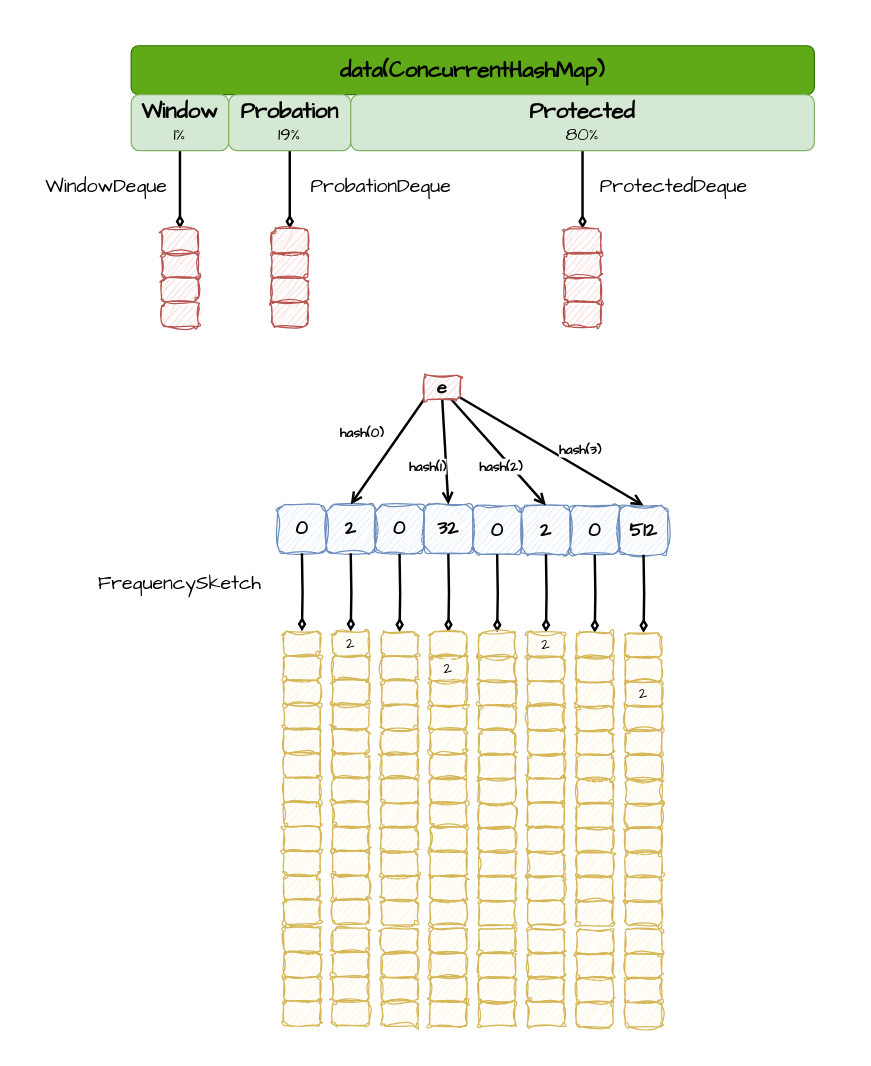
The draw.io diagram page "第 1 页" (1 of 2) of src/main/resources/coffeine/caffeine.drawio in FangYuan33/how-much-do-you-know-about-cache, before the edit. Source tidied: cells renumbered, new cells numbered last; positions are measured from the earlier drawing's top-left corner, leaving out a move shared by most shapes. Both pictures are drawn from the tidied source at 122%, with x=0, y=0 at pixel (21, 21).
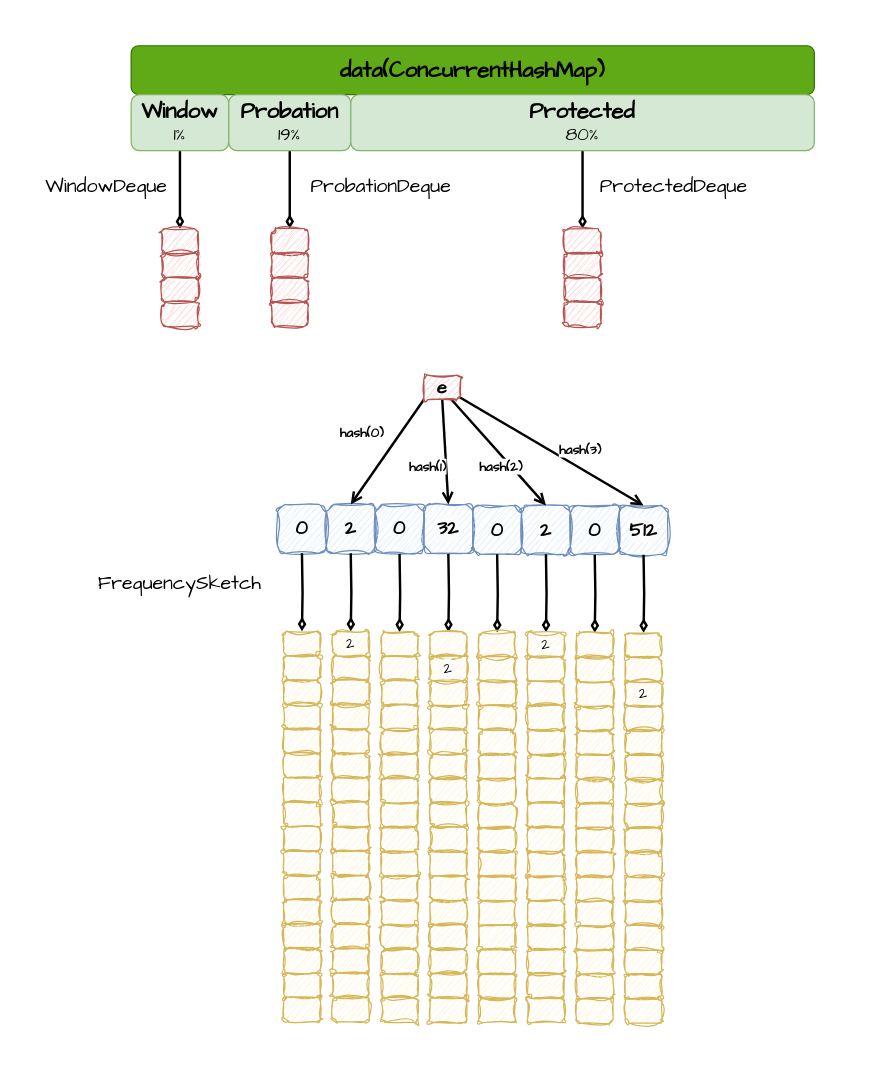
After the change.

Commit message (it also covers changes not shown here):
Caffeine: put over

What changed in the source:
```diff
@@
-    <mxCell id="2" style="rounded=0;whiteSpace=wrap;html=1;strokeColor=none;" parent="1" vertex="1">
-      <mxGeometry width="680" height="840" as="geometry" />
-    </mxCell>
+    <mxCell id="179" style="rounded=0;whiteSpace=wrap;html=1;strokeColor=none;fontFamily=Helvetica;fontSize=11;fontColor=default;labelBackgroundColor=default;" parent="1" vertex="1">
+      <mxGeometry x="10" y="10" width="660" height="820" as="geometry" />
+    </mxCell>
@@
     <mxCell id="43" style="rounded=1;whiteSpace=wrap;html=1;fillColor=#fff2cc;strokeColor=#d6b656;sketch=1;curveFitting=1;jiggle=2;" parent="1" vertex="1">
-      <mxGeometry x="215" y="743" width="30" height="20" as="geometry" />
+      <mxGeometry x="215" y="740" width="30" height="20" as="geometry" />
     </mxCell>
     <mxCell id="44" style="rounded=1;whiteSpace=wrap;html=1;fillColor=#fff2cc;strokeColor=#d6b656;sketch=1;curveFitting=1;jiggle=2;" parent="1" vertex="1">
-      <mxGeometry x="215" y="763" width="30" height="20" as="geometry" />
+      <mxGeometry x="215" y="760" width="30" height="20" as="geometry" />
     </mxCell>
     <mxCell id="45" style="rounded=1;whiteSpace=wrap;html=1;fillColor=#fff2cc;strokeColor=#d6b656;sketch=1;curveFitting=1;jiggle=2;" parent="1" vertex="1">
-      <mxGeometry x="215" y="783" width="30" height="20" as="geometry" />
+      <mxGeometry x="215" y="780" width="30" height="20" as="geometry" />
     </mxCell>
     <mxCell id="46" style="rounded=1;whiteSpace=wrap;html=1;fillColor=#fff2cc;strokeColor=#d6b656;sketch=1;curveFitting=1;jiggle=2;" parent="1" vertex="1">
-      <mxGeometry x="215" y="803" width="30" height="20" as="geometry" />
+      <mxGeometry x="215" y="800" width="30" height="20" as="geometry" />
     </mxCell>
@@
     <mxCell id="60" style="rounded=1;whiteSpace=wrap;html=1;fillColor=#fff2cc;strokeColor=#d6b656;sketch=1;curveFitting=1;jiggle=2;" parent="1" vertex="1">
-      <mxGeometry x="255" y="743" width="30" height="20" as="geometry" />
+      <mxGeometry x="255" y="740" width="30" height="20" as="geometry" />
     </mxCell>
     <mxCell id="61" style="rounded=1;whiteSpace=wrap;html=1;fillColor=#fff2cc;strokeColor=#d6b656;sketch=1;curveFitting=1;jiggle=2;" parent="1" vertex="1">
-      <mxGeometry x="255" y="763" width="30" height="20" as="geometry" />
+      <mxGeometry x="255" y="760" width="30" height="20" as="geometry" />
     </mxCell>
     <mxCell id="62" style="rounded=1;whiteSpace=wrap;html=1;fillColor=#fff2cc;strokeColor=#d6b656;sketch=1;curveFitting=1;jiggle=2;" parent="1" vertex="1">
-      <mxGeometry x="255" y="783" width="30" height="20" as="geometry" />
+      <mxGeometry x="255" y="780" width="30" height="20" as="geometry" />
     </mxCell>
     <mxCell id="63" style="rounded=1;whiteSpace=wrap;html=1;fillColor=#fff2cc;strokeColor=#d6b656;sketch=1;curveFitting=1;jiggle=2;" parent="1" vertex="1">
-      <mxGeometry x="255" y="803" width="30" height="20" as="geometry" />
+      <mxGeometry x="255" y="800" width="30" height="20" as="geometry" />
     </mxCell>
@@
     <mxCell id="77" style="rounded=1;whiteSpace=wrap;html=1;fillColor=#fff2cc;strokeColor=#d6b656;sketch=1;curveFitting=1;jiggle=2;" parent="1" vertex="1">
-      <mxGeometry x="295" y="743.5" width="30" height="20" as="geometry" />
+      <mxGeometry x="295" y="740.5" width="30" height="20" as="geometry" />
     </mxCell>
     <mxCell id="78" style="rounded=1;whiteSpace=wrap;html=1;fillColor=#fff2cc;strokeColor=#d6b656;sketch=1;curveFitting=1;jiggle=2;" parent="1" vertex="1">
-      <mxGeometry x="295" y="763.5" width="30" height="20" as="geometry" />
+      <mxGeometry x="295" y="760.5" width="30" height="20" as="geometry" />
     </mxCell>
     <mxCell id="79" style="rounded=1;whiteSpace=wrap;html=1;fillColor=#fff2cc;strokeColor=#d6b656;sketch=1;curveFitting=1;jiggle=2;" parent="1" vertex="1">
-      <mxGeometry x="295" y="783.5" width="30" height="20" as="geometry" />
+      <mxGeometry x="295" y="780.5" width="30" height="20" as="geometry" />
     </mxCell>
     <mxCell id="80" style="rounded=1;whiteSpace=wrap;html=1;fillColor=#fff2cc;strokeColor=#d6b656;sketch=1;curveFitting=1;jiggle=2;" parent="1" vertex="1">
-      <mxGeometry x="295" y="803.5" width="30" height="20" as="geometry" />
+      <mxGeometry x="295" y="800.5" width="30" height="20" as="geometry" />
     </mxCell>
@@
     <mxCell id="94" style="rounded=1;whiteSpace=wrap;html=1;fillColor=#fff2cc;strokeColor=#d6b656;sketch=1;curveFitting=1;jiggle=2;" parent="1" vertex="1">
-      <mxGeometry x="335" y="743.5" width="30" height="20" as="geometry" />
+      <mxGeometry x="335" y="740.5" width="30" height="20" as="geometry" />
     </mxCell>
     <mxCell id="95" style="rounded=1;whiteSpace=wrap;html=1;fillColor=#fff2cc;strokeColor=#d6b656;sketch=1;curveFitting=1;jiggle=2;" parent="1" vertex="1">
-      <mxGeometry x="335" y="763.5" width="30" height="20" as="geometry" />
+      <mxGeometry x="335" y="760.5" width="30" height="20" as="geometry" />
     </mxCell>
     <mxCell id="96" style="rounded=1;whiteSpace=wrap;html=1;fillColor=#fff2cc;strokeColor=#d6b656;sketch=1;curveFitting=1;jiggle=2;" parent="1" vertex="1">
-      <mxGeometry x="335" y="783.5" width="30" height="20" as="geometry" />
+      <mxGeometry x="335" y="780.5" width="30" height="20" as="geometry" />
     </mxCell>
     <mxCell id="97" style="rounded=1;whiteSpace=wrap;html=1;fillColor=#fff2cc;strokeColor=#d6b656;sketch=1;curveFitting=1;jiggle=2;" parent="1" vertex="1">
-      <mxGeometry x="335" y="803.5" width="30" height="20" as="geometry" />
+      <mxGeometry x="335" y="800.5" width="30" height="20" as="geometry" />
     </mxCell>
@@
     <mxCell id="115" style="rounded=1;whiteSpace=wrap;html=1;fillColor=#fff2cc;strokeColor=#d6b656;sketch=1;curveFitting=1;jiggle=2;" parent="1" vertex="1">
-      <mxGeometry x="375" y="743.8" width="30" height="20" as="geometry" />
+      <mxGeometry x="375" y="740.8" width="30" height="20" as="geometry" />
     </mxCell>
     <mxCell id="116" style="rounded=1;whiteSpace=wrap;html=1;fillColor=#fff2cc;strokeColor=#d6b656;sketch=1;curveFitting=1;jiggle=2;" parent="1" vertex="1">
-      <mxGeometry x="375" y="763.8" width="30" height="20" as="geometry" />
+      <mxGeometry x="375" y="760.8" width="30" height="20" as="geometry" />
     </mxCell>
     <mxCell id="117" style="rounded=1;whiteSpace=wrap;html=1;fillColor=#fff2cc;strokeColor=#d6b656;sketch=1;curveFitting=1;jiggle=2;" parent="1" vertex="1">
-      <mxGeometry x="375" y="783.8" width="30" height="20" as="geometry" />
+      <mxGeometry x="375" y="780.8" width="30" height="20" as="geometry" />
     </mxCell>
     <mxCell id="118" style="rounded=1;whiteSpace=wrap;html=1;fillColor=#fff2cc;strokeColor=#d6b656;sketch=1;curveFitting=1;jiggle=2;" parent="1" vertex="1">
-      <mxGeometry x="375" y="803.8" width="30" height="20" as="geometry" />
+      <mxGeometry x="375" y="800.8" width="30" height="20" as="geometry" />
     </mxCell>
@@
     <mxCell id="132" style="rounded=1;whiteSpace=wrap;html=1;fillColor=#fff2cc;strokeColor=#d6b656;sketch=1;curveFitting=1;jiggle=2;" parent="1" vertex="1">
-      <mxGeometry x="415" y="743.8" width="30" height="20" as="geometry" />
+      <mxGeometry x="415" y="740.8" width="30" height="20" as="geometry" />
     </mxCell>
     <mxCell id="133" style="rounded=1;whiteSpace=wrap;html=1;fillColor=#fff2cc;strokeColor=#d6b656;sketch=1;curveFitting=1;jiggle=2;" parent="1" vertex="1">
-      <mxGeometry x="415" y="763.8" width="30" height="20" as="geometry" />
+      <mxGeometry x="415" y="760.8" width="30" height="20" as="geometry" />
     </mxCell>
     <mxCell id="134" style="rounded=1;whiteSpace=wrap;html=1;fillColor=#fff2cc;strokeColor=#d6b656;sketch=1;curveFitting=1;jiggle=2;" parent="1" vertex="1">
-      <mxGeometry x="415" y="783.8" width="30" height="20" as="geometry" />
+      <mxGeometry x="415" y="780.8" width="30" height="20" as="geometry" />
     </mxCell>
     <mxCell id="135" style="rounded=1;whiteSpace=wrap;html=1;fillColor=#fff2cc;strokeColor=#d6b656;sketch=1;curveFitting=1;jiggle=2;" parent="1" vertex="1">
-      <mxGeometry x="415" y="803.8" width="30" height="20" as="geometry" />
+      <mxGeometry x="415" y="800.8" width="30" height="20" as="geometry" />
     </mxCell>
@@
     <mxCell id="149" style="rounded=1;whiteSpace=wrap;html=1;fillColor=#fff2cc;strokeColor=#d6b656;sketch=1;curveFitting=1;jiggle=2;" parent="1" vertex="1">
-      <mxGeometry x="455" y="744.2" width="30" height="20" as="geometry" />
+      <mxGeometry x="455" y="741.2" width="30" height="20" as="geometry" />
     </mxCell>
     <mxCell id="150" style="rounded=1;whiteSpace=wrap;html=1;fillColor=#fff2cc;strokeColor=#d6b656;sketch=1;curveFitting=1;jiggle=2;" parent="1" vertex="1">
-      <mxGeometry x="455" y="764.2" width="30" height="20" as="geometry" />
+      <mxGeometry x="455" y="761.2" width="30" height="20" as="geometry" />
     </mxCell>
     <mxCell id="151" style="rounded=1;whiteSpace=wrap;html=1;fillColor=#fff2cc;strokeColor=#d6b656;sketch=1;curveFitting=1;jiggle=2;" parent="1" vertex="1">
-      <mxGeometry x="455" y="784.2" width="30" height="20" as="geometry" />
+      <mxGeometry x="455" y="781.2" width="30" height="20" as="geometry" />
     </mxCell>
     <mxCell id="152" style="rounded=1;whiteSpace=wrap;html=1;fillColor=#fff2cc;strokeColor=#d6b656;sketch=1;curveFitting=1;jiggle=2;" parent="1" vertex="1">
-      <mxGeometry x="455" y="804.2" width="30" height="20" as="geometry" />
+      <mxGeometry x="455" y="801.2" width="30" height="20" as="geometry" />
     </mxCell>
@@
     <mxCell id="166" style="rounded=1;whiteSpace=wrap;html=1;fillColor=#fff2cc;strokeColor=#d6b656;sketch=1;curveFitting=1;jiggle=2;" parent="1" vertex="1">
-      <mxGeometry x="495" y="744.2" width="30" height="20" as="geometry" />
+      <mxGeometry x="495" y="741.2" width="30" height="20" as="geometry" />
     </mxCell>
     <mxCell id="167" style="rounded=1;whiteSpace=wrap;html=1;fillColor=#fff2cc;strokeColor=#d6b656;sketch=1;curveFitting=1;jiggle=2;" parent="1" vertex="1">
-      <mxGeometry x="495" y="764.2" width="30" height="20" as="geometry" />
+      <mxGeometry x="495" y="761.2" width="30" height="20" as="geometry" />
     </mxCell>
     <mxCell id="168" style="rounded=1;whiteSpace=wrap;html=1;fillColor=#fff2cc;strokeColor=#d6b656;sketch=1;curveFitting=1;jiggle=2;" parent="1" vertex="1">
-      <mxGeometry x="495" y="784.2" width="30" height="20" as="geometry" />
+      <mxGeometry x="495" y="781.2" width="30" height="20" as="geometry" />
     </mxCell>
     <mxCell id="169" style="rounded=1;whiteSpace=wrap;html=1;fillColor=#fff2cc;strokeColor=#d6b656;sketch=1;curveFitting=1;jiggle=2;" parent="1" vertex="1">
-      <mxGeometry x="495" y="804.2" width="30" height="20" as="geometry" />
+      <mxGeometry x="495" y="801.2" width="30" height="20" as="geometry" />
     </mxCell>
```
